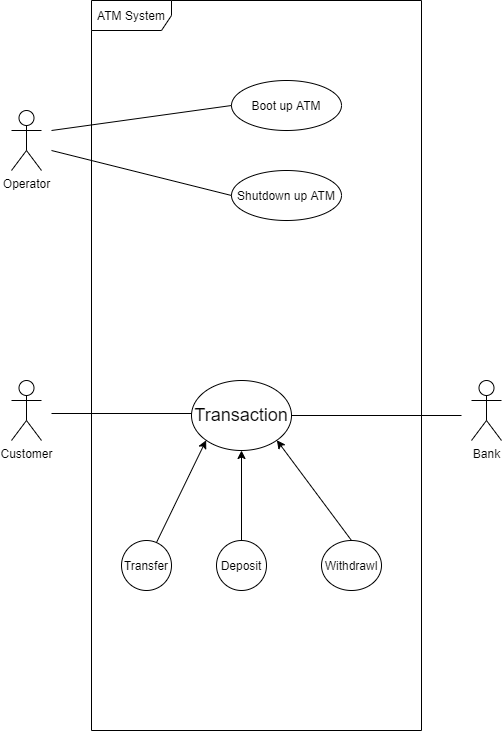
Before: UseCase.png, a diagram exported from draw.io (benjamin-carpenter/Image-repo). Source tidied: cells renumbered, new cells last; positions are measured from the earlier drawing's top-left corner, leaving out a move shared by most shapes.
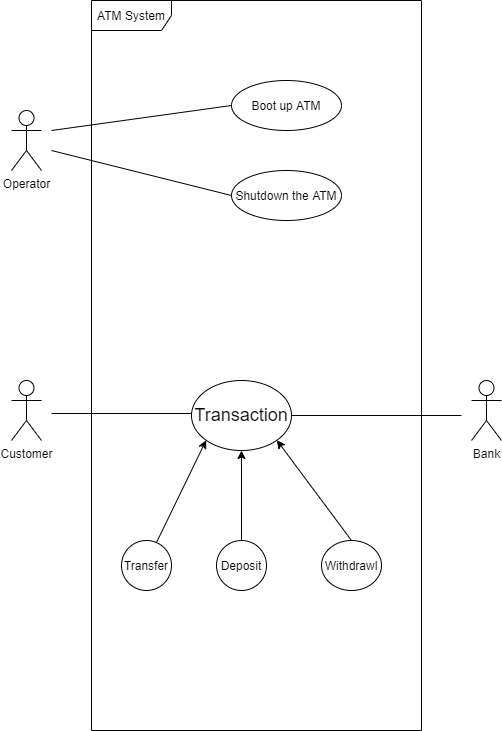
After the commit.

What changed in the source:
```diff
@@ -11,7 +11,7 @@
     <mxCell id="4" value="Boot up ATM" style="ellipse;whiteSpace=wrap;html=1;align=center;" parent="1" vertex="1">
       <mxGeometry x="220" y="80" width="110" height="50" as="geometry" />
     </mxCell>
-    <mxCell id="5" value="Shutdown up ATM" style="ellipse;whiteSpace=wrap;html=1;align=center;" parent="1" vertex="1">
+    <mxCell id="5" value="Shutdown the ATM" style="ellipse;whiteSpace=wrap;html=1;align=center;" parent="1" vertex="1">
       <mxGeometry x="220" y="170" width="110" height="50" as="geometry" />
     </mxCell>
     <mxCell id="6" style="endArrow=none;html=1;entryX=0;entryY=0.5;entryDx=0;entryDy=0;" parent="1" edge="1" target="4">
```
